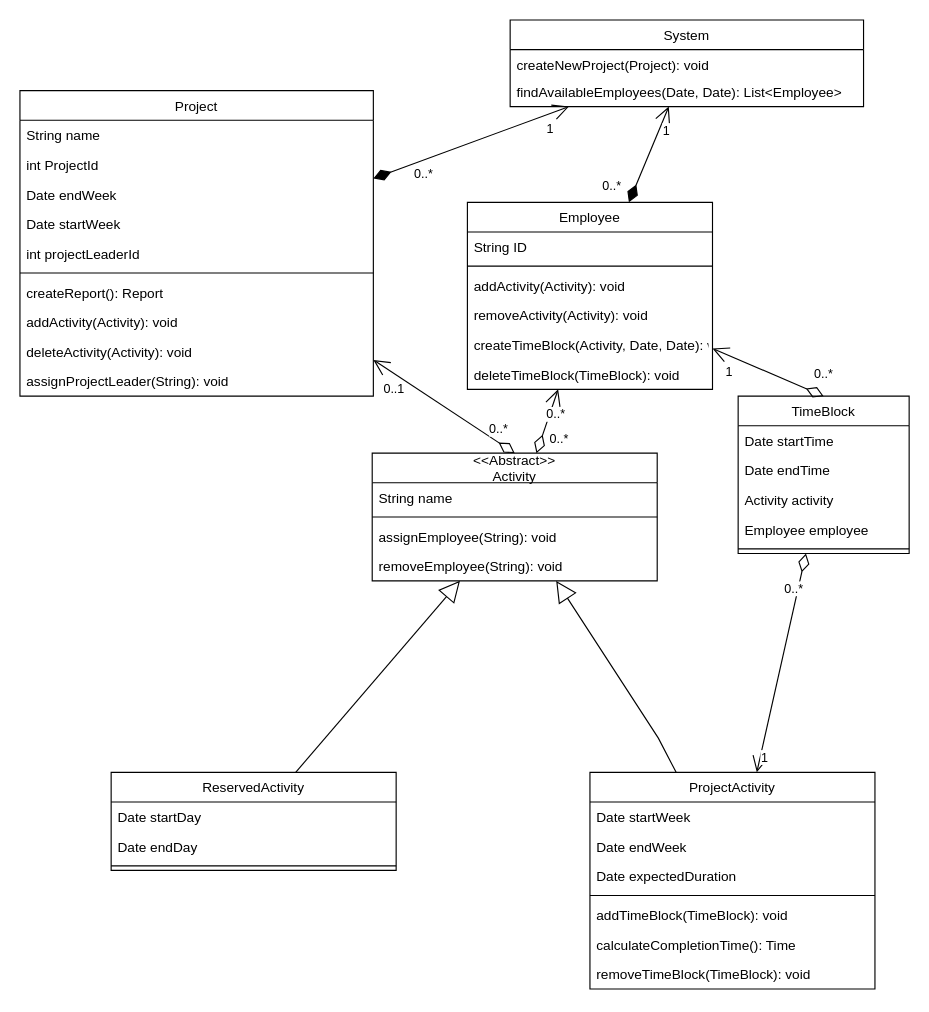
This is Overordnet - klassediagram.drawio from Buildasaurus/02161-Projekt, a draw.io file, before an edit. Source tidied: cells renumbered, new cells numbered last; positions are measured from the earlier drawing's top-left corner, leaving out a move shared by most shapes. Both pictures are drawn from the tidied source at 114%, with x=0, y=0 at pixel (19, 19).
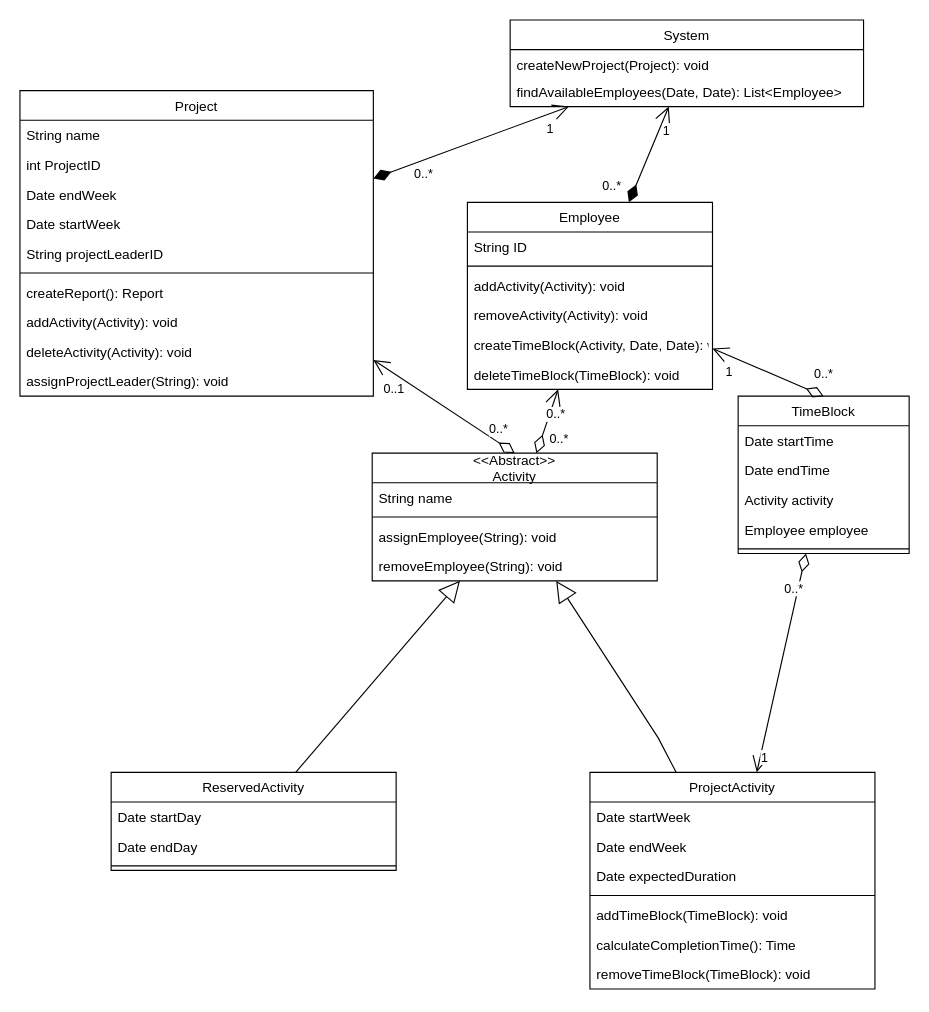
The same diagram, later.

Unchanged cells that the change refers to:
```xml
<mxCell id="2" value="Project" style="swimlane;fontStyle=0;horizontal=1;startSize=26;fillColor=none;" parent="1" vertex="1">
  <mxGeometry y="62" width="310" height="268" as="geometry" />
</mxCell>
```

The edit, as a diff of the source:
```diff
@@
-    <mxCell id="4" value="int ProjectId" style="text;strokeColor=none;fillColor=none;align=left;verticalAlign=top;spacingLeft=4;spacingRight=4;overflow=hidden;" parent="2" vertex="1">
+    <mxCell id="4" value="int ProjectID" style="text;strokeColor=none;fillColor=none;align=left;verticalAlign=top;spacingLeft=4;spacingRight=4;overflow=hidden;" parent="2" vertex="1">
       <mxGeometry y="52" width="310" height="26" as="geometry" />
     </mxCell>
@@
-    <mxCell id="7" value="int projectLeaderId" style="text;strokeColor=none;fillColor=none;align=left;verticalAlign=top;spacingLeft=4;spacingRight=4;overflow=hidden;" parent="2" vertex="1">
+    <mxCell id="7" value="String projectLeaderID" style="text;strokeColor=none;fillColor=none;align=left;verticalAlign=top;spacingLeft=4;spacingRight=4;overflow=hidden;" parent="2" vertex="1">
       <mxGeometry y="130" width="310" height="26" as="geometry" />
     </mxCell>
```
